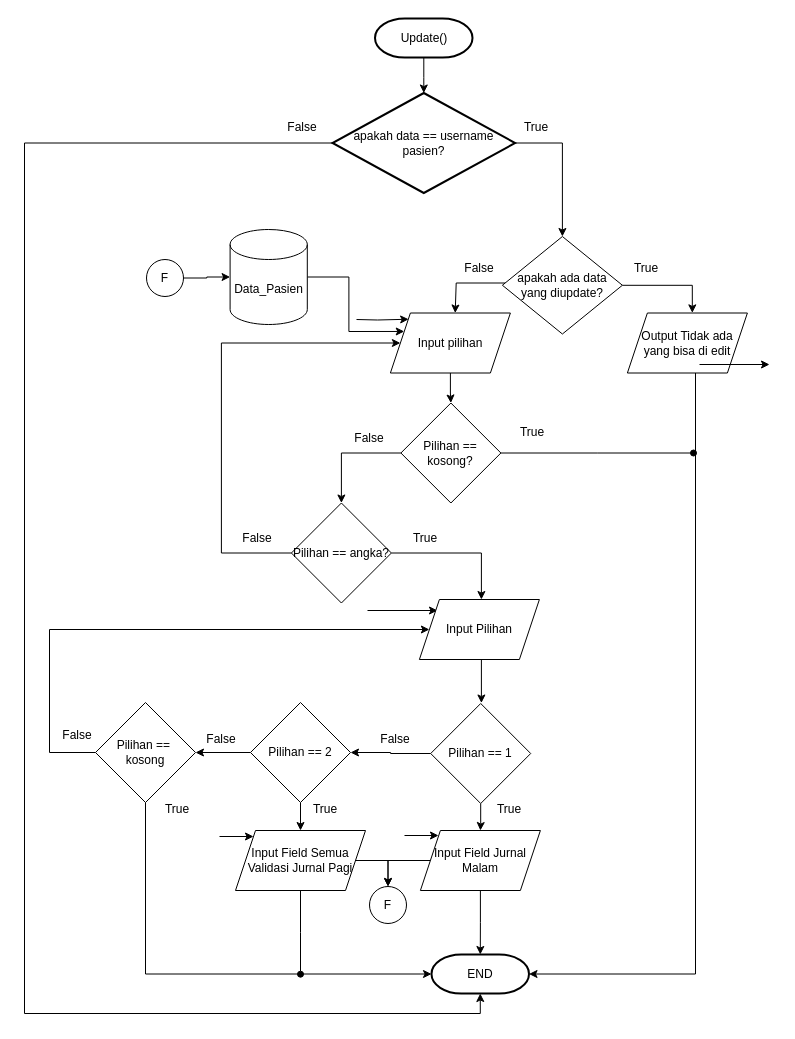
Before: page "update-pasien" (7 of 16) of A2_Orang-OrangInsom_PerancanganAplikasiMonitoringdanJournalingTidurMenggunakanInstrumenSleepDiaryberdasarkanAASMBerbasisC++_Flowchart.drawio in mouriiuu/pa-aplikasi-sleep-monitoring, a draw.io diagram. Source tidied: cells renumbered, new cells numbered last; positions are measured from the earlier drawing's top-left corner, leaving out a move shared by most shapes. Both pictures are drawn from the tidied source at 100%, with x=0, y=0 at pixel (24, 18).
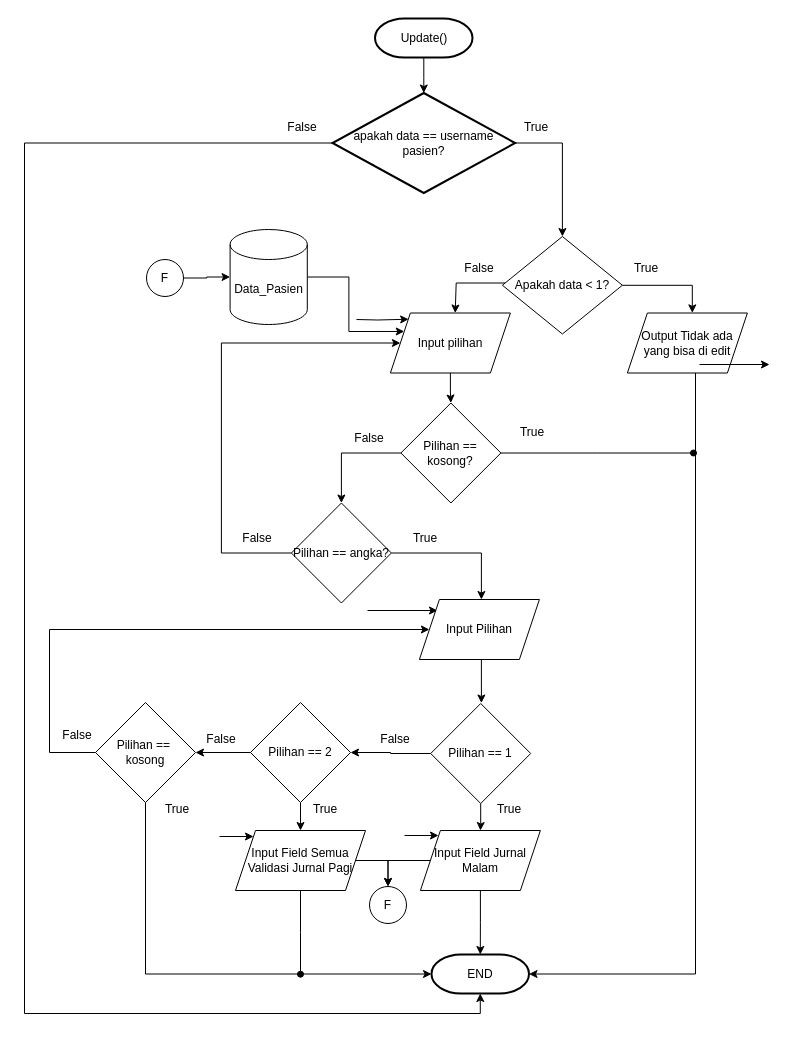
After the change.

The edit, as a diff of the source:
```diff
@@
-    <mxCell id="3" value="apakah ada data yang diupdate?" style="strokeWidth=1;html=1;shape=mxgraph.flowchart.decision;whiteSpace=wrap;" parent="1" vertex="1">
+    <mxCell id="3" value="Apakah data &amp;lt; 1?" style="strokeWidth=1;html=1;shape=mxgraph.flowchart.decision;whiteSpace=wrap;" parent="1" vertex="1">
       <mxGeometry x="477.9" y="218" width="120" height="97.5" as="geometry" />
     </mxCell>
```
